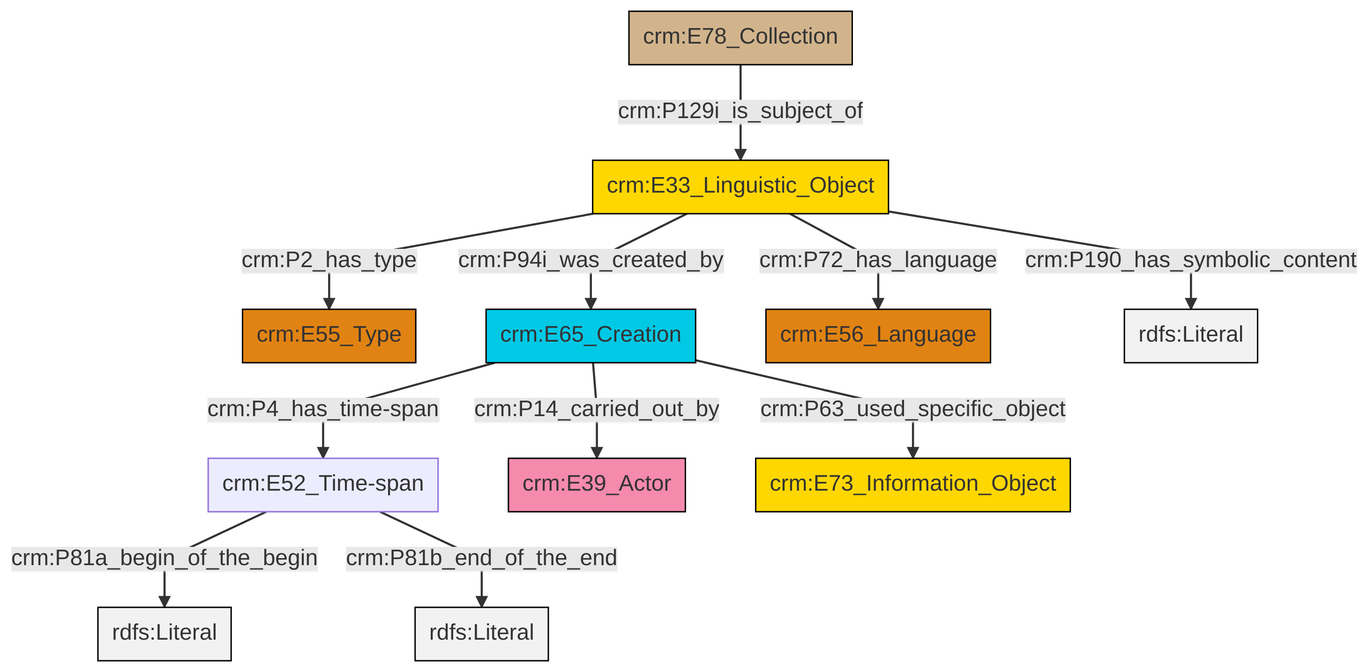
The Mermaid diagram et/archivalCSV/ttl/mmd/png/archival_desc.png in swiss-art-research-net/docs.swissartresearch, before a commit. Its source is kept beside it as et/archivalCSV/ttl/mmd/archival_desc.ttl.mmd.
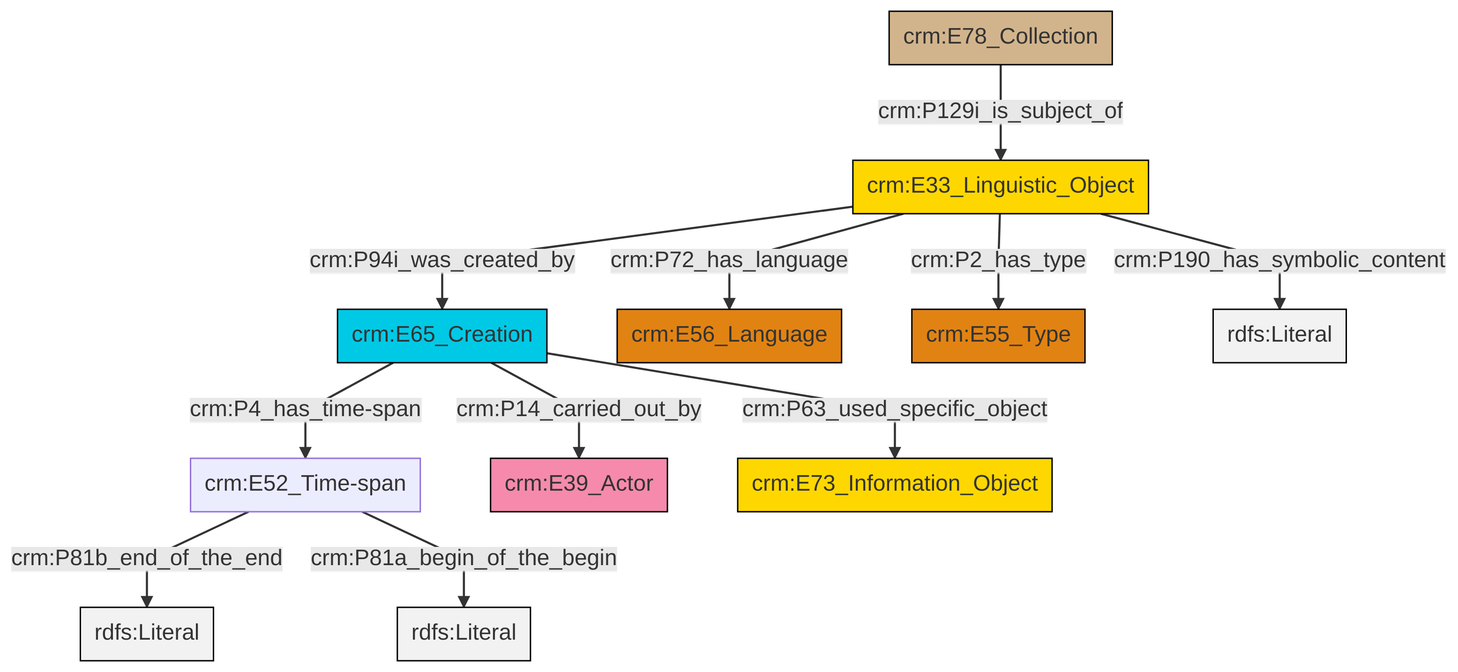
The same file after the commit.

The edit, as a diff of the source:
```diff
@@ -13,13 +13,13 @@
 classDef PC_Classes fill:#4ce600, stroke:#000000;
 classDef Multi fill:#cccccc,stroke:#000000;
 
-4["crm:E78_Collection"]:::Physical_Thing -->|crm:P129i_is_subject_of| 0["crm:E33_Linguistic_Object"]:::Conceptual_Object
-5["crm:E52_Time-span"]:::Default -->|crm:P81a_begin_of_the_begin| 6[rdfs:Literal]:::Literal
-9["crm:E65_Creation"]:::Temporal_Entity -->|crm:P63_used_specific_object| 10["crm:E73_Information_Object"]:::Conceptual_Object
-0["crm:E33_Linguistic_Object"]:::Conceptual_Object -->|crm:P72_has_language| 12["crm:E56_Language"]:::Type
-5["crm:E52_Time-span"]:::Default -->|crm:P81b_end_of_the_end| 14[rdfs:Literal]:::Literal
-0["crm:E33_Linguistic_Object"]:::Conceptual_Object -->|crm:P2_has_type| 2["crm:E55_Type"]:::Type
-0["crm:E33_Linguistic_Object"]:::Conceptual_Object -->|crm:P94i_was_created_by| 9["crm:E65_Creation"]:::Temporal_Entity
-9["crm:E65_Creation"]:::Temporal_Entity -->|crm:P4_has_time-span| 5["crm:E52_Time-span"]:::Default
-0["crm:E33_Linguistic_Object"]:::Conceptual_Object -->|crm:P190_has_symbolic_content| 17[rdfs:Literal]:::Literal
-9["crm:E65_Creation"]:::Temporal_Entity -->|crm:P14_carried_out_by| 7["crm:E39_Actor"]:::Actor
+0["crm:E52_Time-span"]:::Default -->|crm:P81b_end_of_the_end| 1[rdfs:Literal]:::Literal
+2["crm:E65_Creation"]:::Temporal_Entity -->|crm:P4_has_time-span| 0["crm:E52_Time-span"]:::Default
+3["crm:E33_Linguistic_Object"]:::Conceptual_Object -->|crm:P72_has_language| 4["crm:E56_Language"]:::Type
+5["crm:E78_Collection"]:::Physical_Thing -->|crm:P129i_is_subject_of| 3["crm:E33_Linguistic_Object"]:::Conceptual_Object
+3["crm:E33_Linguistic_Object"]:::Conceptual_Object -->|crm:P2_has_type| 6["crm:E55_Type"]:::Type
+3["crm:E33_Linguistic_Object"]:::Conceptual_Object -->|crm:P94i_was_created_by| 2["crm:E65_Creation"]:::Temporal_Entity
+2["crm:E65_Creation"]:::Temporal_Entity -->|crm:P14_carried_out_by| 7["crm:E39_Actor"]:::Actor
+0["crm:E52_Time-span"]:::Default -->|crm:P81a_begin_of_the_begin| 9[rdfs:Literal]:::Literal
+3["crm:E33_Linguistic_Object"]:::Conceptual_Object -->|crm:P190_has_symbolic_content| 10[rdfs:Literal]:::Literal
+2["crm:E65_Creation"]:::Temporal_Entity -->|crm:P63_used_specific_object| 14["crm:E73_Information_Object"]:::Conceptual_Object
```
